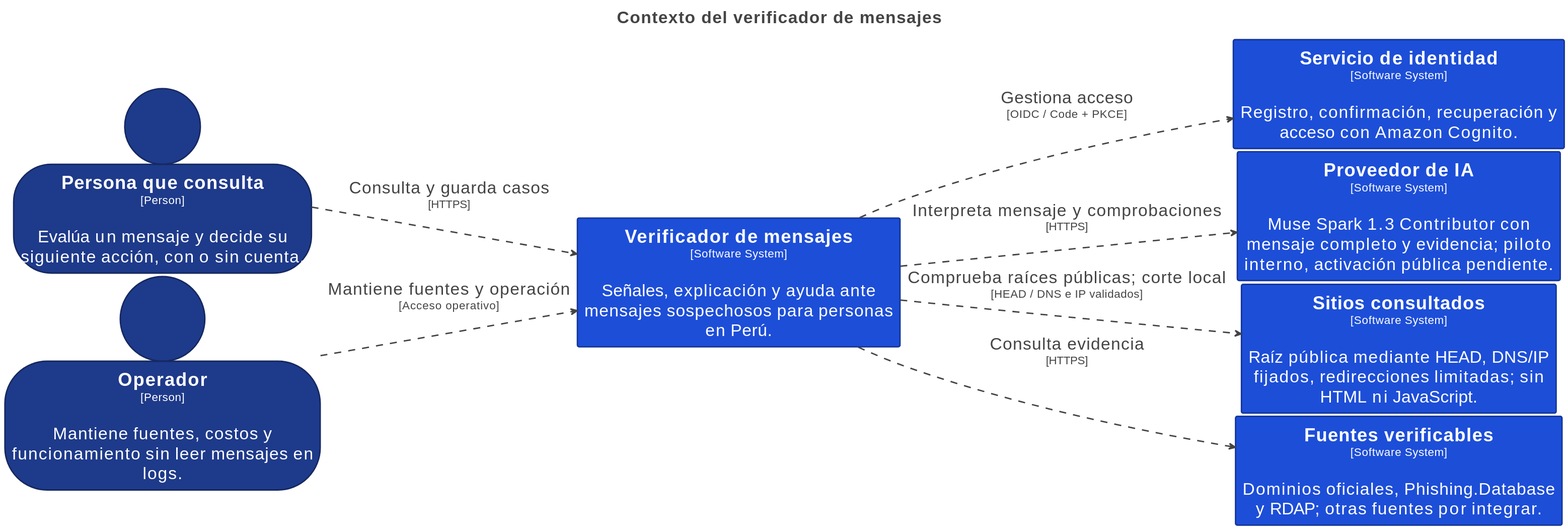
The PlantUML diagram docs/diagrams/rendered/structurizr-Context.svg in deep-skill/everyday-trust, before a commit.
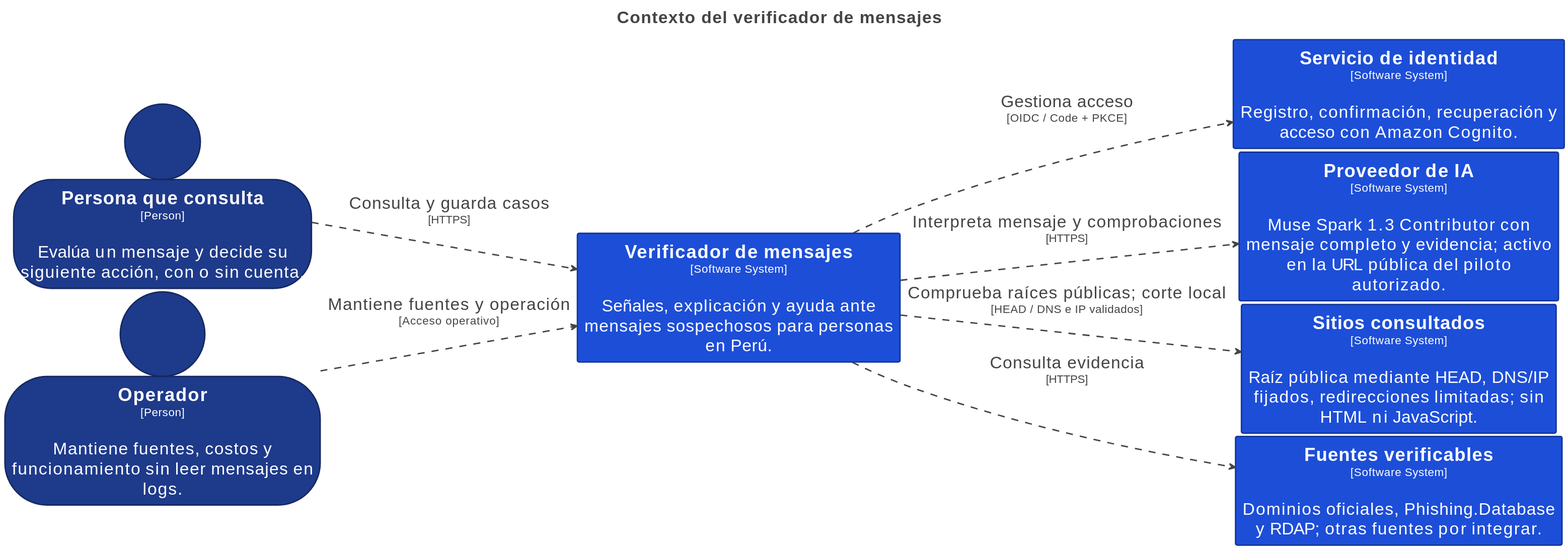
The same file after the commit.

Diff of the diagram source:
```diff
@@ -50,7 +50,7 @@
 person "==Persona que consulta\n<size:16>[Person]</size>\n\nEvalúa un mensaje y decide su siguiente acción, con o sin cuenta." <<Element-RWxlbWVudCxQZXJzb24=>> as Personaqueconsulta
 person "==Operador\n<size:16>[Person]</size>\n\nMantiene fuentes, costos y funcionamiento sin leer mensajes en logs." <<Element-RWxlbWVudCxQZXJzb24=>> as Operador
 rectangle "==Servicio de identidad\n<size:16>[Software System]</size>\n\nRegistro, confirmación, recuperación y acceso con Amazon Cognito." <<Element-RWxlbWVudCxTb2Z0d2FyZSBTeXN0ZW0=>> as Serviciodeidentidad
-rectangle "==Proveedor de IA\n<size:16>[Software System]</size>\n\nMuse Spark 1.3 Contributor con mensaje completo y evidencia; piloto interno, activación pública pendiente." <<Element-RWxlbWVudCxTb2Z0d2FyZSBTeXN0ZW0=>> as ProveedordeIA
+rectangle "==Proveedor de IA\n<size:16>[Software System]</size>\n\nMuse Spark 1.3 Contributor con mensaje completo y evidencia; activo en la URL pública del piloto autorizado." <<Element-RWxlbWVudCxTb2Z0d2FyZSBTeXN0ZW0=>> as ProveedordeIA
 rectangle "==Sitios consultados\n<size:16>[Software System]</size>\n\nRaíz pública mediante HEAD, DNS/IP fijados, redirecciones limitadas; sin HTML ni JavaScript." <<Element-RWxlbWVudCxTb2Z0d2FyZSBTeXN0ZW0=>> as Sitiosconsultados
 rectangle "==Fuentes verificables\n<size:16>[Software System]</size>\n\nDominios oficiales, Phishing.Database y RDAP; otras fuentes por integrar." <<Element-RWxlbWVudCxTb2Z0d2FyZSBTeXN0ZW0=>> as Fuentesverificables
 rectangle "==Verificador de mensajes\n<size:16>[Software System]</size>\n\nSeñales, explicación y ayuda ante mensajes sospechosos para personas en Perú." <<Element-RWxlbWVudCxTb2Z0d2FyZSBTeXN0ZW0=>> as Verificadordemensajes
```
